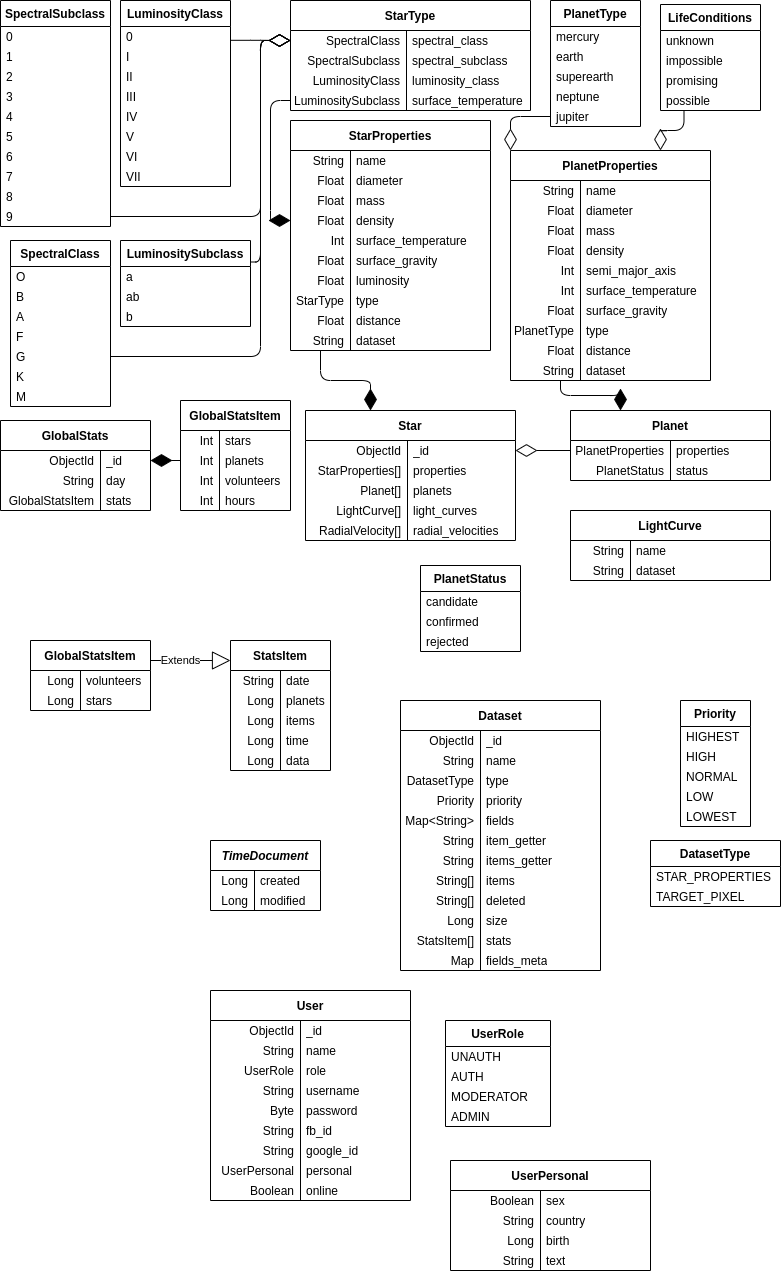
The draw.io diagram docs/img/db.png in michalstruna/exoplanets-ai, before a commit. Source tidied: cells renumbered, new cells last; positions are measured from the earlier drawing's top-left corner, leaving out a move shared by most shapes.
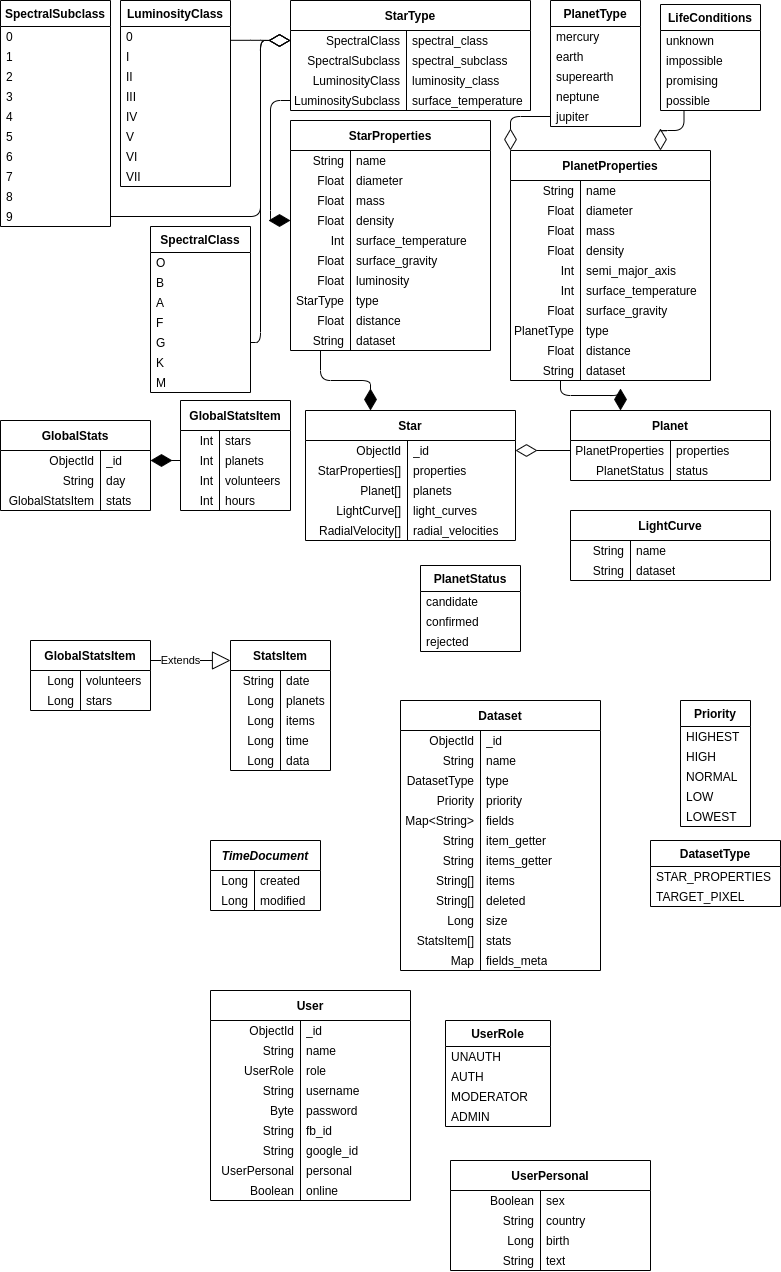
After the change.

The edit, as a diff of the source:
```diff
@@ -18,24 +18,16 @@
         </Array>
       </mxGeometry>
     </mxCell>
-    <mxCell id="4" style="endArrow=diamondThin;endFill=0;endSize=19;html=1;entryX=0;entryY=0.5;entryDx=0;entryDy=0;exitX=1;exitY=0.25;exitDx=0;exitDy=0;rounded=1;edgeStyle=orthogonalEdgeStyle;" parent="1" edge="1" source="54" target="59">
-      <mxGeometry relative="1" as="geometry">
-        <Array as="points">
-          <mxPoint x="260" y="262" />
-          <mxPoint x="260" y="40" />
-        </Array>
-      </mxGeometry>
-    </mxCell>
     <mxCell id="5" style="endArrow=diamondThin;endFill=0;endSize=19;html=1;entryX=0;entryY=0.5;entryDx=0;entryDy=0;exitX=1;exitY=0.5;exitDx=0;exitDy=0;rounded=1;edgeStyle=orthogonalEdgeStyle;" parent="1" edge="1" source="11" target="59">
       <mxGeometry relative="1" as="geometry">
         <Array as="points">
-          <mxPoint x="260" y="356" />
+          <mxPoint x="260" y="342" />
           <mxPoint x="260" y="40" />
         </Array>
       </mxGeometry>
     </mxCell>
     <mxCell id="6" value="SpectralClass" style="swimlane;fontStyle=1;align=center;verticalAlign=top;horizontal=1;startSize=26;strokeColor=#000000;fillColor=none;" parent="1" vertex="1">
-      <mxGeometry x="10" y="240" width="100" height="166" as="geometry" />
+      <mxGeometry x="150" y="226" width="100" height="166" as="geometry" />
     </mxCell>
     <mxCell id="7" value="O" style="text;strokeColor=none;fillColor=none;align=left;verticalAlign=middle;spacingLeft=6;spacingRight=4;overflow=hidden;spacing=0;" parent="6" vertex="1">
       <mxGeometry y="26" width="100" height="20" as="geometry" />
@@ -180,18 +172,6 @@
     <mxCell id="53" value="VII" style="text;strokeColor=none;fillColor=none;align=left;verticalAlign=middle;spacingLeft=6;spacingRight=4;overflow=hidden;spacing=0;" parent="45" vertex="1">
       <mxGeometry y="166" width="110" height="20" as="geometry" />
     </mxCell>
-    <mxCell id="54" value="LuminositySubclass" style="swimlane;fontStyle=1;align=center;verticalAlign=top;horizontal=1;startSize=26;strokeColor=#000000;fillColor=none;" parent="1" vertex="1">
-      <mxGeometry x="120" y="240" width="130" height="86" as="geometry" />
-    </mxCell>
-    <mxCell id="55" value="a" style="text;strokeColor=none;fillColor=none;align=left;verticalAlign=middle;spacingLeft=6;spacingRight=4;overflow=hidden;spacing=0;" parent="54" vertex="1">
-      <mxGeometry y="26" width="130" height="20" as="geometry" />
-    </mxCell>
-    <mxCell id="56" value="ab" style="text;strokeColor=none;fillColor=none;align=left;verticalAlign=middle;spacingLeft=6;spacingRight=4;overflow=hidden;spacing=0;" parent="54" vertex="1">
-      <mxGeometry y="46" width="130" height="20" as="geometry" />
-    </mxCell>
-    <mxCell id="57" value="b" style="text;strokeColor=none;fillColor=none;align=left;verticalAlign=middle;spacingLeft=6;spacingRight=4;overflow=hidden;spacing=0;" parent="54" vertex="1">
-      <mxGeometry y="66" width="130" height="20" as="geometry" />
-    </mxCell>
     <mxCell id="58" value="StarType" style="shape=table;html=1;whiteSpace=wrap;startSize=30;rowLines=0;fontStyle=1;align=center;strokeColor=#000000;fillColor=none;" parent="1" vertex="1">
       <mxGeometry x="290" width="240" height="110" as="geometry" />
     </mxCell>
```
